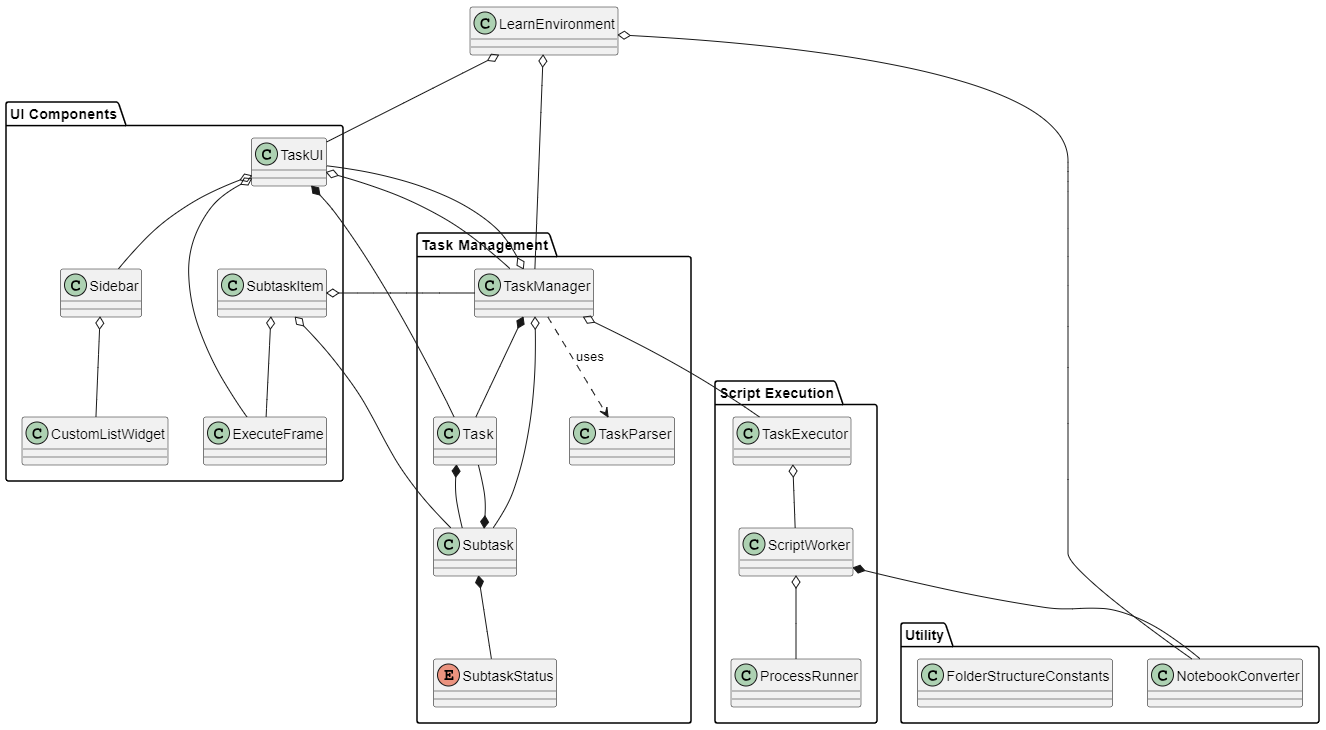
Earlier version of the PlantUML export developer_docs/images/class_diagram.png (MalteMatthey/Learn-Environment-Franka-Emika-Panda). Its source is kept beside it as developer_docs/doxygen_documentation/class_diagram.puml. Source of this version:
```plantuml
@startuml
top to bottom direction

class LearnEnvironment

package "Task Management" {
    class TaskManager
    class Task
    class Subtask
    enum SubtaskStatus
    class TaskParser
}

package "Script Execution" {
    class TaskExecutor
    class ScriptWorker
    class ProcessRunner
}

package "UI Components" {
	class SubtaskItem
    class TaskUI
    class ExecuteFrame
    class Sidebar
    class CustomListWidget
}

package "Utility" {
    class NotebookConverter
    class FolderStructureConstants
}

LearnEnvironment o-- NotebookConverter
LearnEnvironment o-- TaskManager
LearnEnvironment o-- TaskUI
ScriptWorker *-- NotebookConverter
ScriptWorker o-- ProcessRunner
Sidebar o-- CustomListWidget
Subtask *-- SubtaskStatus
Subtask *-- Task
SubtaskItem o-- ExecuteFrame
SubtaskItem o-- Subtask
SubtaskItem o-- TaskManager
Task *-- Subtask
TaskExecutor o-- ScriptWorker
TaskManager o-- Subtask
TaskManager *-- Task
TaskManager o-- TaskExecutor
TaskManager o-- TaskUI
TaskUI o-- ExecuteFrame
TaskUI o-- Sidebar
TaskUI *-- Task
TaskUI o-- TaskManager

TaskManager ..> TaskParser : uses

TaskUI -[hidden]-> SubtaskItem

@enduml
```
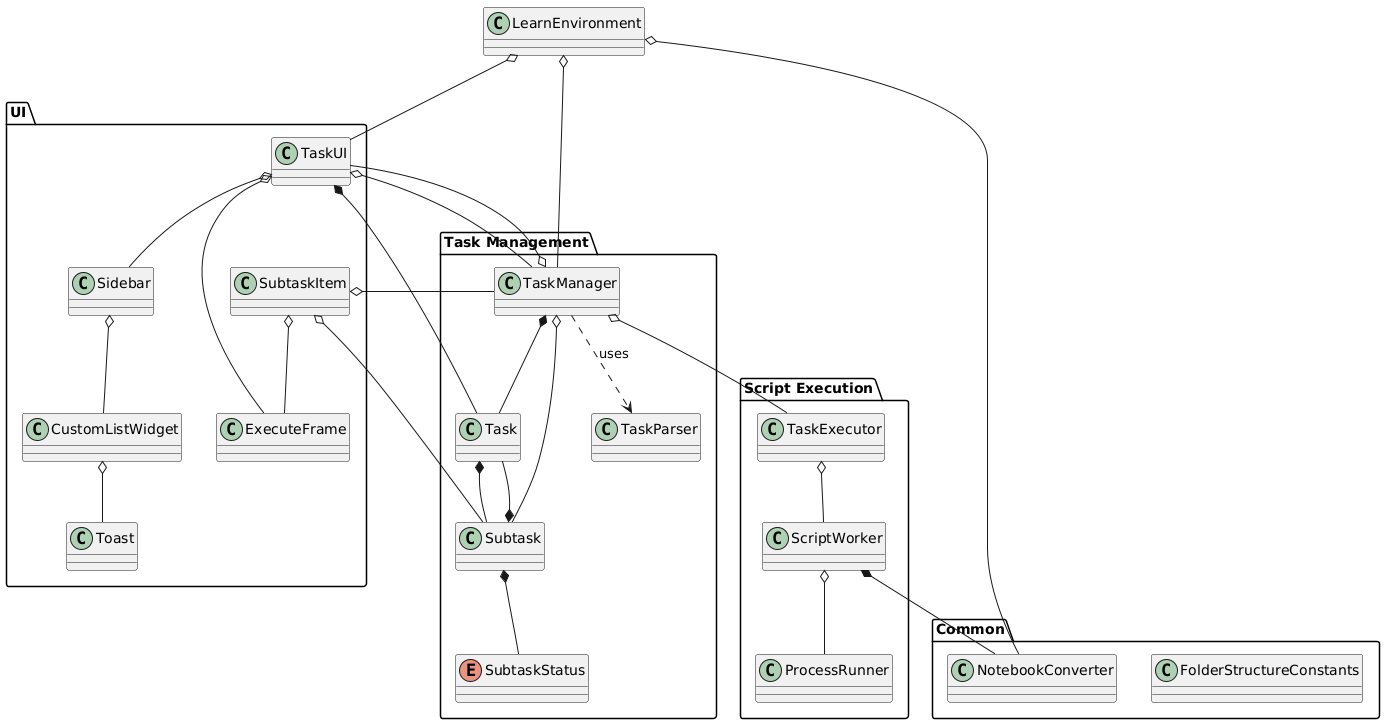
The same file after the commit.

Diff of the diagram source:
```diff
@@ -17,15 +17,16 @@
     class ProcessRunner
 }
 
-package "UI Components" {
+package "UI" {
 	class SubtaskItem
     class TaskUI
     class ExecuteFrame
     class Sidebar
     class CustomListWidget
+    class Toast
 }
 
-package "Utility" {
+package "Common" {
     class NotebookConverter
     class FolderStructureConstants
 }
@@ -51,6 +52,7 @@
 TaskUI o-- Sidebar
 TaskUI *-- Task
 TaskUI o-- TaskManager
+CustomListWidget o-- Toast
 
 TaskManager ..> TaskParser : uses
 
```
